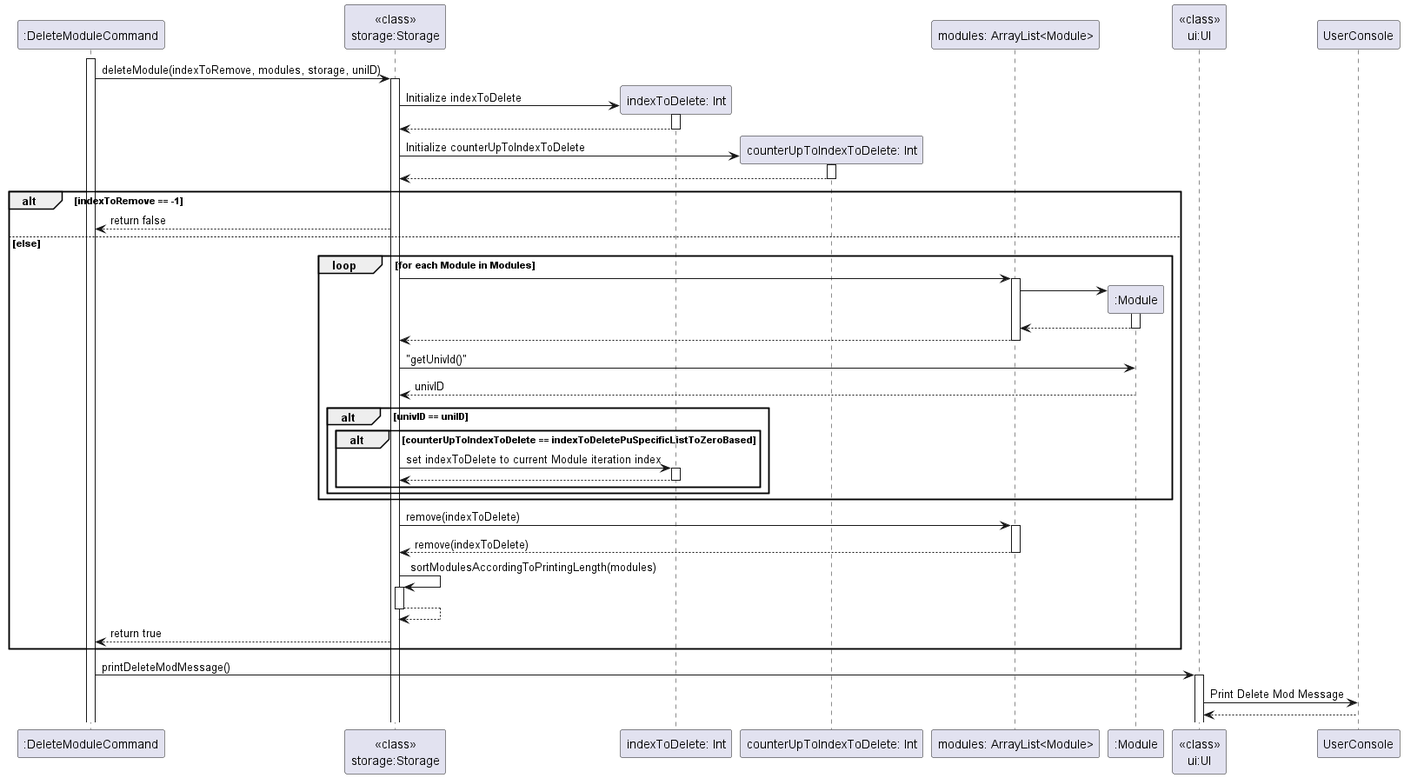
Earlier version of the PlantUML export docs/diagrams/Commands/DeleteModuleCommandSequenceDiagram.png (nus-cs2113-AY2223S2/tp).
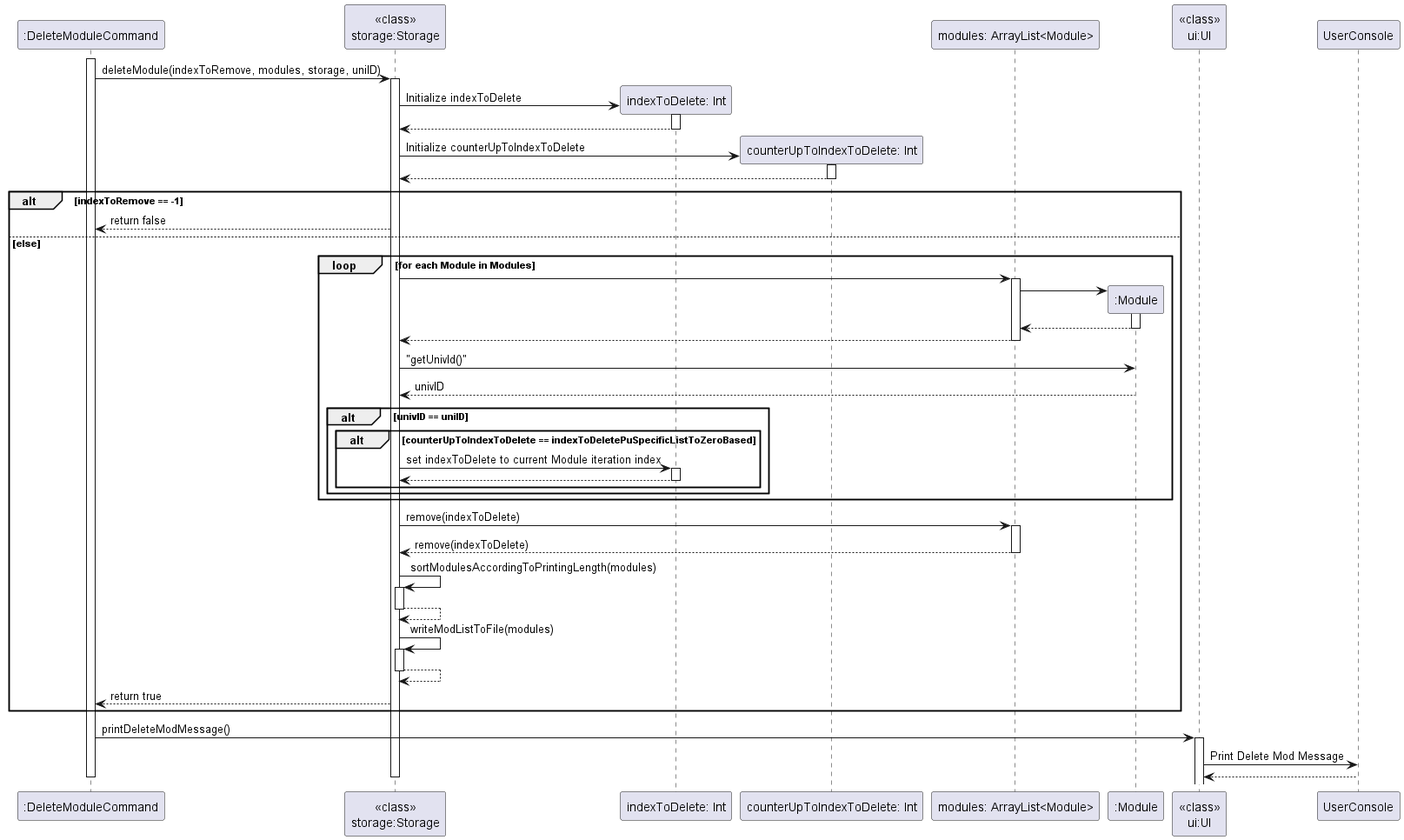
The same diagram one commit later.

Change to the diagram source:
```diff
@@ -56,6 +56,11 @@
         "<<class>>\nstorage:Storage" --> "<<class>>\nstorage:Storage"
         deactivate "<<class>>\nstorage:Storage"
 
+     "<<class>>\nstorage:Storage" -> "<<class>>\nstorage:Storage": writeModListToFile(modules)
+    activate "<<class>>\nstorage:Storage"
+        "<<class>>\nstorage:Storage" --> "<<class>>\nstorage:Storage"
+        deactivate "<<class>>\nstorage:Storage"
+
     "<<class>>\nstorage:Storage" --> ":DeleteModuleCommand" : return true
 
 end
@@ -64,4 +69,7 @@
 
 "<<class>>\nui:UI" -> UserConsole : Print Delete Mod Message
 "<<class>>\nui:UI" <-- UserConsole
+
+deactivate "<<class>>\nstorage:Storage"
+deactivate ":DeleteModuleCommand"
 @enduml
```
